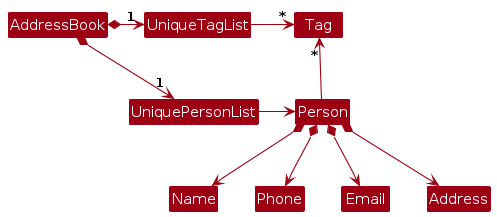
Before: diagrams/BetterModelClassDiagram.png, a diagram exported from PlantUML (AY2627S1-CS2103-F09-1/tp). Its source is kept beside it as diagrams/BetterModelClassDiagram.puml.
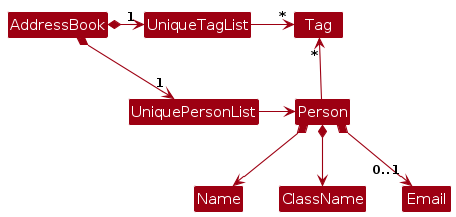
The same diagram one commit later.

The edit, as a diff of the source:
```diff
@@ -15,7 +15,6 @@
 Person -up-> "*" Tag
 
 Person *--> Name
-Person *--> Phone
-Person *--> Email
-Person *--> Address
+Person *--> ClassName
+Person *--> "0..1" Email
 @enduml
```
